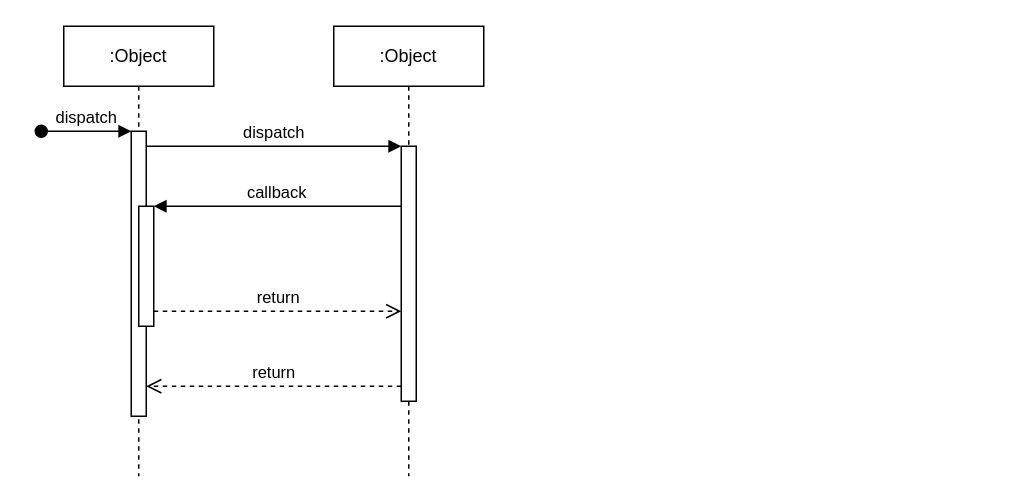
elisaovivo/restful-api-demo keeps this draw.io diagram as 日志缓存时序图.drawio. Above is the earlier version. Source tidied: cells renumbered, new cells numbered last; positions are measured from the earlier drawing's top-left corner, leaving out a move shared by most shapes. Both pictures are drawn from the tidied source at 150%, with x=0, y=0 at pixel (40, 26).
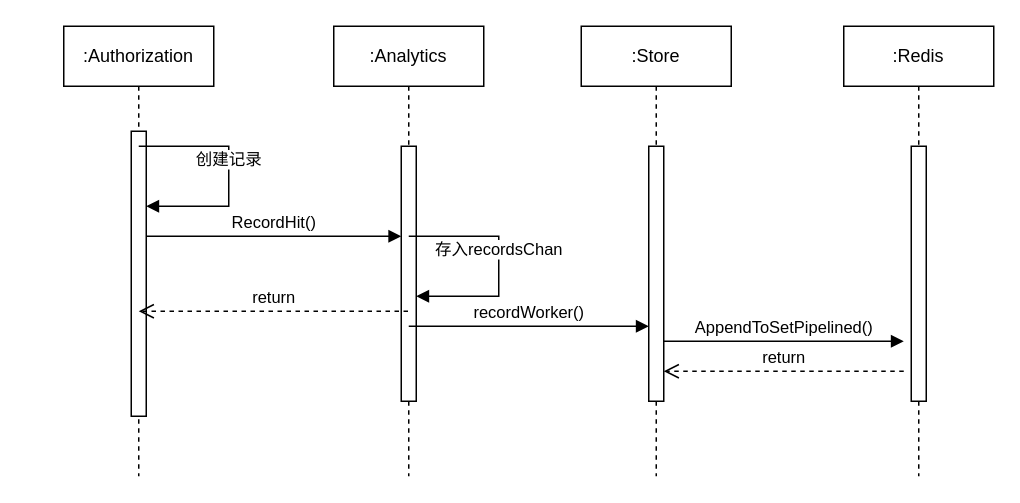
Above is the later version.

Commit message:
更新日志缓存时序图.drawio

The change refers to these unchanged cells:
```xml
<mxCell id="3" style="html=1;points=[];perimeter=orthogonalPerimeter;outlineConnect=0;targetShapes=umlLifeline;portConstraint=eastwest;newEdgeStyle={&quot;edgeStyle&quot;:&quot;elbowEdgeStyle&quot;,&quot;elbow&quot;:&quot;vertical&quot;,&quot;curved&quot;:0,&quot;rounded&quot;:0};" parent="2" vertex="1">
  <mxGeometry x="45" y="70" width="10" height="190" as="geometry" />
</mxCell>
<mxCell id="7" style="html=1;points=[];perimeter=orthogonalPerimeter;outlineConnect=0;targetShapes=umlLifeline;portConstraint=eastwest;newEdgeStyle={&quot;edgeStyle&quot;:&quot;elbowEdgeStyle&quot;,&quot;elbow&quot;:&quot;vertical&quot;,&quot;curved&quot;:0,&quot;rounded&quot;:0};" parent="6" vertex="1">
  <mxGeometry x="45" y="80" width="10" height="170" as="geometry" />
</mxCell>
```

Change to the diagram source:
```diff
@@
-    <mxCell id="2" value=":Object" style="shape=umlLifeline;perimeter=lifelinePerimeter;whiteSpace=wrap;html=1;newEdgeStyle={&quot;edgeStyle&quot;:&quot;elbowEdgeStyle&quot;,&quot;elbow&quot;:&quot;vertical&quot;,&quot;curved&quot;:0,&quot;rounded&quot;:0};" parent="1" vertex="1">
+    <mxCell id="2" value=":Authorization" style="shape=umlLifeline;perimeter=lifelinePerimeter;whiteSpace=wrap;html=1;newEdgeStyle={&quot;edgeStyle&quot;:&quot;elbowEdgeStyle&quot;,&quot;elbow&quot;:&quot;vertical&quot;,&quot;curved&quot;:0,&quot;rounded&quot;:0};" parent="1" vertex="1">
       <mxGeometry x="15" width="100" height="300" as="geometry" />
     </mxCell>
@@
-    <mxCell id="4" value="dispatch" style="html=1;verticalAlign=bottom;startArrow=oval;endArrow=block;startSize=8;edgeStyle=elbowEdgeStyle;elbow=vertical;curved=0;rounded=0;" parent="2" edge="1" target="3">
-      <mxGeometry relative="1" as="geometry">
-        <mxPoint x="-15" y="70" as="sourcePoint" />
-      </mxGeometry>
-    </mxCell>
-    <mxCell id="5" style="html=1;points=[];perimeter=orthogonalPerimeter;outlineConnect=0;targetShapes=umlLifeline;portConstraint=eastwest;newEdgeStyle={&quot;edgeStyle&quot;:&quot;elbowEdgeStyle&quot;,&quot;elbow&quot;:&quot;vertical&quot;,&quot;curved&quot;:0,&quot;rounded&quot;:0};" parent="2" vertex="1">
-      <mxGeometry x="50" y="120" width="10" height="80" as="geometry" />
-    </mxCell>
-    <mxCell id="6" value=":Object" style="shape=umlLifeline;perimeter=lifelinePerimeter;whiteSpace=wrap;html=1;outlineConnect=0;portConstraint=eastwest;newEdgeStyle={&quot;edgeStyle&quot;:&quot;elbowEdgeStyle&quot;,&quot;elbow&quot;:&quot;vertical&quot;,&quot;curved&quot;:0,&quot;rounded&quot;:0};" parent="1" vertex="1">
+    <mxCell id="6" value=":Analytics" style="shape=umlLifeline;perimeter=lifelinePerimeter;whiteSpace=wrap;html=1;outlineConnect=0;portConstraint=eastwest;newEdgeStyle={&quot;edgeStyle&quot;:&quot;elbowEdgeStyle&quot;,&quot;elbow&quot;:&quot;vertical&quot;,&quot;curved&quot;:0,&quot;rounded&quot;:0};" parent="1" vertex="1">
       <mxGeometry x="195" width="100" height="300" as="geometry" />
     </mxCell>
@@
-    <mxCell id="8" value="dispatch" style="html=1;verticalAlign=bottom;endArrow=block;edgeStyle=elbowEdgeStyle;elbow=vertical;curved=0;rounded=0;" parent="1" edge="1" source="3" target="7">
-      <mxGeometry relative="1" as="geometry">
-        <Array as="points">
-          <mxPoint x="155" y="80" />
-        </Array>
-      </mxGeometry>
-    </mxCell>
-    <mxCell id="9" value="return" style="html=1;verticalAlign=bottom;endArrow=open;dashed=1;endSize=8;edgeStyle=elbowEdgeStyle;elbow=vertical;curved=0;rounded=0;" parent="1" edge="1" source="7" target="3">
-      <mxGeometry relative="1" as="geometry">
-        <Array as="points">
-          <mxPoint x="165" y="240" />
-        </Array>
-      </mxGeometry>
-    </mxCell>
-    <mxCell id="10" value="callback" style="html=1;verticalAlign=bottom;endArrow=block;edgeStyle=elbowEdgeStyle;elbow=vertical;curved=0;rounded=0;" parent="1" edge="1" source="7" target="5">
-      <mxGeometry relative="1" as="geometry">
-        <Array as="points">
-          <mxPoint x="165" y="120" />
-        </Array>
-      </mxGeometry>
-    </mxCell>
-    <mxCell id="11" value="return" style="html=1;verticalAlign=bottom;endArrow=open;dashed=1;endSize=8;edgeStyle=elbowEdgeStyle;elbow=vertical;curved=0;rounded=0;" parent="1" edge="1" source="5" target="7">
-      <mxGeometry relative="1" as="geometry">
-        <Array as="points">
-          <mxPoint x="155" y="190" />
-        </Array>
-      </mxGeometry>
-    </mxCell>
+    <mxCell id="12" value=":Store" style="shape=umlLifeline;perimeter=lifelinePerimeter;whiteSpace=wrap;html=1;newEdgeStyle={&quot;edgeStyle&quot;:&quot;elbowEdgeStyle&quot;,&quot;elbow&quot;:&quot;vertical&quot;,&quot;curved&quot;:0,&quot;rounded&quot;:0};" parent="1" vertex="1">
+      <mxGeometry x="360" width="100" height="300" as="geometry" />
+    </mxCell>
+    <mxCell id="13" style="html=1;perimeter=orthogonalPerimeter;targetShapes=umlLifeline;newEdgeStyle={&quot;edgeStyle&quot;:&quot;elbowEdgeStyle&quot;,&quot;elbow&quot;:&quot;vertical&quot;,&quot;curved&quot;:0,&quot;rounded&quot;:0};" parent="12" vertex="1">
+      <mxGeometry x="45" y="80" width="10" height="170" as="geometry" />
+    </mxCell>
+    <mxCell id="14" value=":Redis" style="shape=umlLifeline;perimeter=lifelinePerimeter;whiteSpace=wrap;html=1;newEdgeStyle={&quot;edgeStyle&quot;:&quot;elbowEdgeStyle&quot;,&quot;elbow&quot;:&quot;vertical&quot;,&quot;curved&quot;:0,&quot;rounded&quot;:0};" parent="1" vertex="1">
+      <mxGeometry x="535" width="100" height="300" as="geometry" />
+    </mxCell>
+    <mxCell id="15" style="html=1;perimeter=orthogonalPerimeter;targetShapes=umlLifeline;newEdgeStyle={&quot;edgeStyle&quot;:&quot;elbowEdgeStyle&quot;,&quot;elbow&quot;:&quot;vertical&quot;,&quot;curved&quot;:0,&quot;rounded&quot;:0};" parent="14" vertex="1">
+      <mxGeometry x="45" y="80" width="10" height="170" as="geometry" />
+    </mxCell>
+    <mxCell id="16" value="创建记录" style="html=1;verticalAlign=bottom;endArrow=block;edgeStyle=orthogonalEdgeStyle;elbow=vertical;rounded=0;" parent="1" edge="1" target="3">
+      <mxGeometry x="0.01" relative="1" as="geometry">
+        <mxPoint x="65" y="80" as="sourcePoint" />
+        <Array as="points">
+          <mxPoint x="125" y="80" />
+          <mxPoint x="125" y="120" />
+        </Array>
+      </mxGeometry>
+    </mxCell>
+    <mxCell id="17" value="RecordHit()" style="html=1;verticalAlign=bottom;endArrow=block;edgeStyle=elbowEdgeStyle;elbow=vertical;curved=0;rounded=0;" parent="1" edge="1">
+      <mxGeometry relative="1" as="geometry">
+        <mxPoint x="70" y="140" as="sourcePoint" />
+        <mxPoint x="240" y="140" as="targetPoint" />
+      </mxGeometry>
+    </mxCell>
+    <mxCell id="18" value="存入recordsChan" style="html=1;verticalAlign=bottom;endArrow=block;edgeStyle=orthogonalEdgeStyle;elbow=vertical;rounded=0;" parent="1" edge="1">
+      <mxGeometry x="0.01" relative="1" as="geometry">
+        <mxPoint x="245" y="140" as="sourcePoint" />
+        <mxPoint x="250" y="180" as="targetPoint" />
+        <Array as="points">
+          <mxPoint x="305" y="140" />
+          <mxPoint x="305" y="180" />
+        </Array>
+      </mxGeometry>
+    </mxCell>
+    <mxCell id="19" value="recordWorker()" style="html=1;verticalAlign=bottom;endArrow=block;edgeStyle=elbowEdgeStyle;elbow=vertical;curved=0;rounded=0;" parent="1" edge="1">
+      <mxGeometry relative="1" as="geometry">
+        <mxPoint x="245" y="200" as="sourcePoint" />
+        <mxPoint x="405" y="200" as="targetPoint" />
+      </mxGeometry>
+    </mxCell>
+    <mxCell id="20" value="AppendToSetPipelined()" style="html=1;verticalAlign=bottom;endArrow=block;edgeStyle=elbowEdgeStyle;elbow=vertical;curved=0;rounded=0;" parent="1" edge="1">
+      <mxGeometry relative="1" as="geometry">
+        <mxPoint x="415" y="210" as="sourcePoint" />
+        <mxPoint x="575" y="210" as="targetPoint" />
+      </mxGeometry>
+    </mxCell>
+    <mxCell id="21" value="return" style="html=1;verticalAlign=bottom;endArrow=open;dashed=1;endSize=8;edgeStyle=elbowEdgeStyle;elbow=vertical;curved=0;rounded=0;" parent="1" edge="1" source="6">
+      <mxGeometry relative="1" as="geometry">
+        <mxPoint x="65" y="190" as="targetPoint" />
+      </mxGeometry>
+    </mxCell>
+    <mxCell id="22" value="return" style="html=1;verticalAlign=bottom;endArrow=open;dashed=1;endSize=8;edgeStyle=elbowEdgeStyle;elbow=vertical;curved=0;rounded=0;" parent="1" edge="1">
+      <mxGeometry relative="1" as="geometry">
+        <mxPoint x="575" y="230" as="sourcePoint" />
+        <mxPoint x="415" y="230" as="targetPoint" />
+      </mxGeometry>
+    </mxCell>
```
